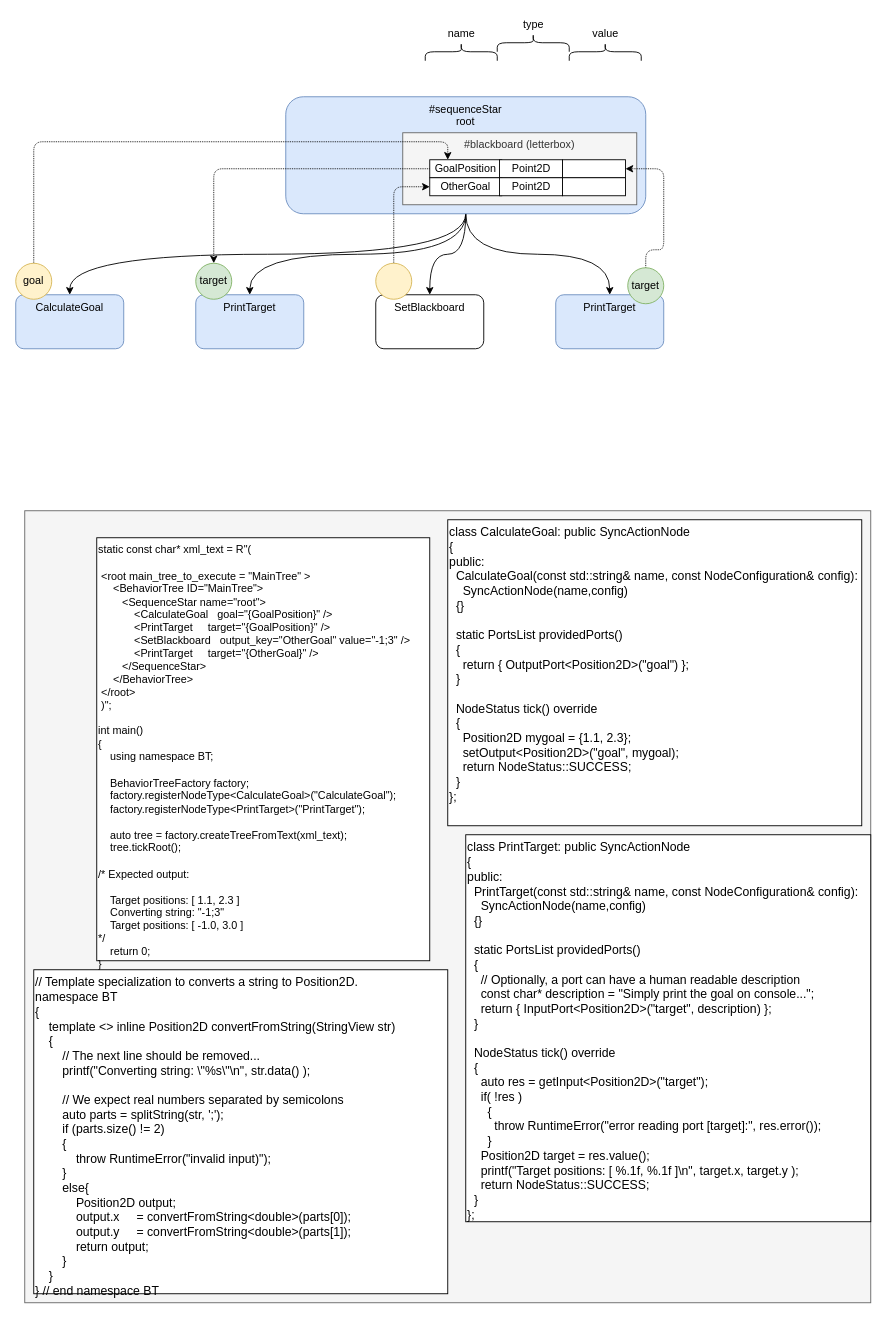
Above: page "Copy of Page-1" (2 of 2) of tutorial 3 Generic Ports.drawio in guitarvydas/behavior_tree_to_cpp (draw.io), before the change. Source tidied: cells renumbered, new cells numbered last; positions are measured from the earlier drawing's top-left corner, leaving out a move shared by most shapes. Both pictures are drawn from the tidied source at 90%, with x=0, y=0 at pixel (15, 6).
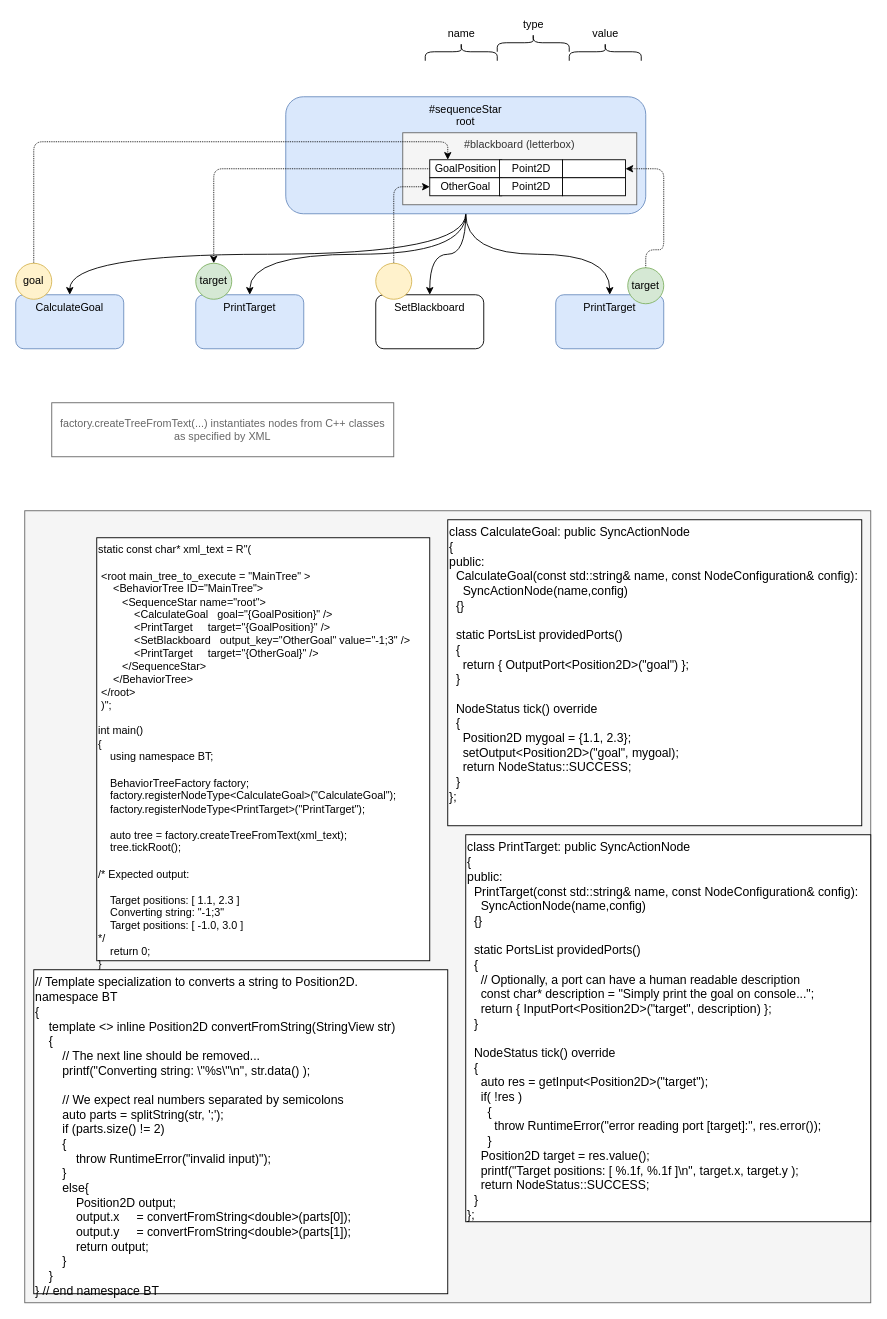
The same diagram, later.

The edit, as a diff of the source:
```diff
@@
+    <mxCell id="38" value="factory.createTreeFromText(...) instantiates nodes from C++ classes&lt;br&gt;as specified by XML" style="rounded=0;whiteSpace=wrap;html=1;align=center;opacity=60;textOpacity=60;" parent="1" vertex="1">
+      <mxGeometry x="40" y="440" width="380" height="60" as="geometry" />
+    </mxCell>
```
